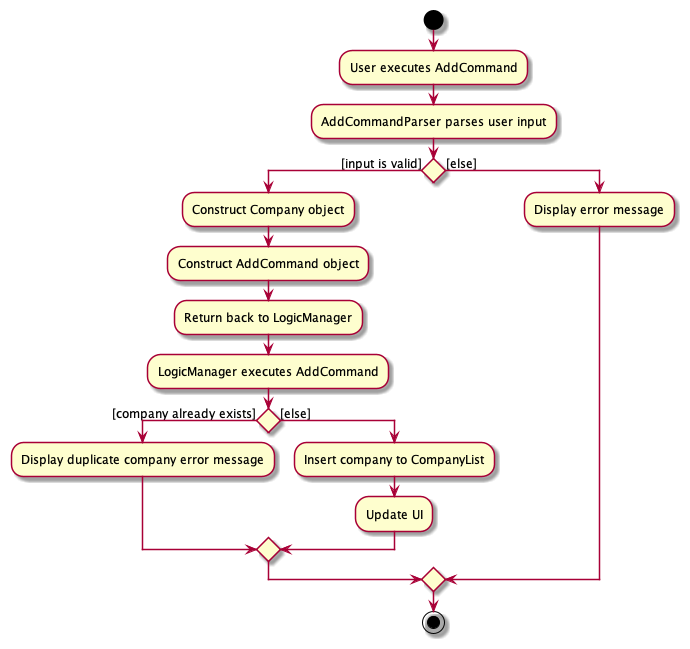
Earlier version of the PlantUML export docs/images/AddActivityDiagram.png (tayruxin/tp). Its diagram source:
```plantuml
@startuml
skin rose
skinparam ActivityFontSize 12
skinparam ArrowFontSize 12
start
:User executes AddCommand;
:AddCommandParser parses user input;


if () then ([input is valid])
    :Construct Company object;
    :Construct AddCommand object;
    :Return back to LogicManager;
    :LogicManager executes AddCommand;
    if () then ([company already exists])
        :Display duplicate company error message;
    else ([else])
        :Insert company to CompanyList;
        :Update UI;
    endif

else ([else])
:Display error message;

endif
stop
@enduml
```
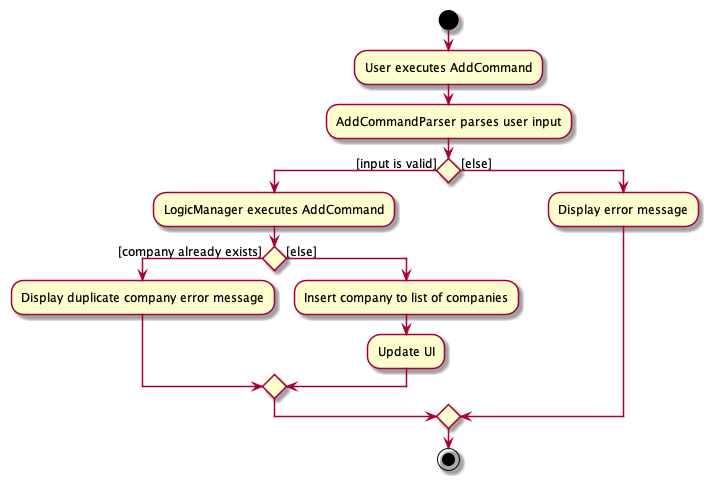
After the commit.

Commit message:
Fix diagrams, grammar and phrasing

Diff of the diagram source:
```diff
@@ -8,14 +8,11 @@
 
 
 if () then ([input is valid])
-    :Construct Company object;
-    :Construct AddCommand object;
-    :Return back to LogicManager;
     :LogicManager executes AddCommand;
     if () then ([company already exists])
         :Display duplicate company error message;
     else ([else])
-        :Insert company to CompanyList;
+        :Insert company to list of companies;
         :Update UI;
     endif
 
```
